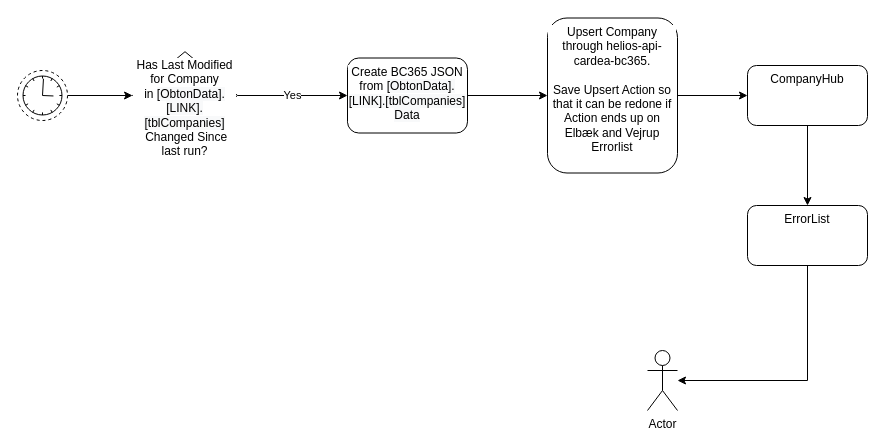
The draw.io diagram page "UpsertCompany" (2 of 7) of bc365.drawio in enkopvand/enterprise-architecture, before the edit. Source tidied: cells renumbered, new cells numbered last; positions are measured from the earlier drawing's top-left corner, leaving out a move shared by most shapes. Both pictures are drawn from the tidied source at 100%, with x=0, y=0 at pixel (17, 18).
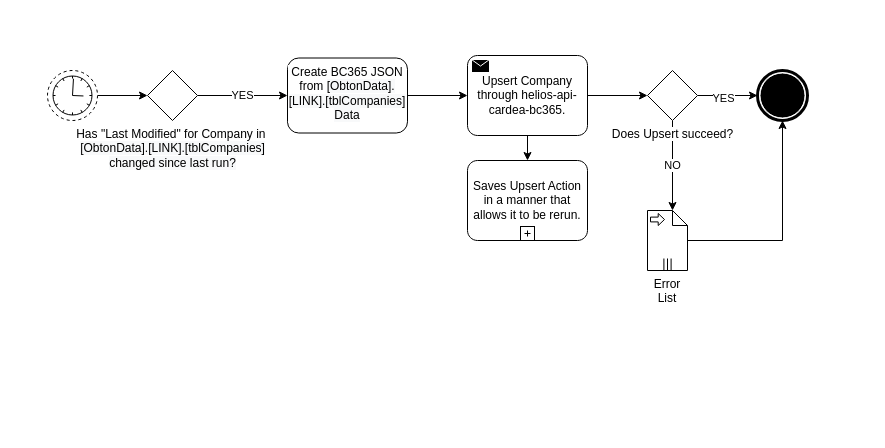
After the change.

Change to the diagram source:
```diff
@@
 <mxGraphModel>
   <root>
     <mxCell id="0" />
     <mxCell id="1" parent="0" />
-    <mxCell id="2" style="edgeStyle=orthogonalEdgeStyle;rounded=0;jettySize=auto;html=1;" parent="1" edge="1" source="3" target="5">
-      <mxGeometry relative="1" as="geometry" />
-    </mxCell>
+    <mxCell id="15" style="edgeStyle=orthogonalEdgeStyle;rounded=0;jettySize=auto;html=1;entryX=0;entryY=0.5;entryDx=0;entryDy=0;entryPerimeter=0;" parent="1" edge="1" source="3" target="16">
+      <mxGeometry relative="1" as="geometry" />
+    </mxCell>
     <mxCell id="3" style="points=[[0.145,0.145,0],[0.5,0,0],[0.855,0.145,0],[1,0.5,0],[0.855,0.855,0],[0.5,1,0],[0.145,0.855,0],[0,0.5,0]];shape=mxgraph.bpmn.event;html=1;verticalLabelPosition=bottom;labelBackgroundColor=#ffffff;verticalAlign=top;align=center;perimeter=ellipsePerimeter;outlineConnect=0;outline=eventNonint;symbol=timer;" parent="1" vertex="1">
-      <mxGeometry y="52" width="50" height="50" as="geometry" />
+      <mxGeometry x="30" y="52" width="50" height="50" as="geometry" />
     </mxCell>
-    <mxCell id="4" value="Yes" style="edgeStyle=orthogonalEdgeStyle;rounded=0;jettySize=auto;html=1;" parent="1" edge="1" source="5" target="7">
+    <mxCell id="4" value="YES" style="edgeStyle=orthogonalEdgeStyle;rounded=0;jettySize=auto;html=1;" parent="1" edge="1" source="16" target="7">
       <mxGeometry relative="1" as="geometry" />
     </mxCell>
-    <mxCell id="5" value="&lt;span style=&quot;&quot;&gt;Has Last Modified for Company in&amp;nbsp;&lt;/span&gt;&lt;span style=&quot;background-color: rgb(248, 249, 250);&quot;&gt;[ObtonData].[LINK].[tblCompanies]&lt;/span&gt;&lt;span style=&quot;&quot;&gt;&lt;br&gt;&amp;nbsp;Changed Since last run?&lt;/span&gt;" style="rhombus;whiteSpace=wrap;html=1;verticalAlign=top;labelBackgroundColor=#ffffff;spacingBottom=0;spacingTop=0;" parent="1" vertex="1">
-      <mxGeometry x="115" y="33.2" width="105" height="87.5" as="geometry" />
-    </mxCell>
-    <mxCell id="6" style="edgeStyle=orthogonalEdgeStyle;rounded=0;jettySize=auto;html=1;" parent="1" edge="1" source="7" target="9">
+    <mxCell id="6" style="edgeStyle=orthogonalEdgeStyle;rounded=0;jettySize=auto;html=1;entryX=0;entryY=0.5;entryDx=0;entryDy=0;entryPerimeter=0;" parent="1" edge="1" source="7" target="20">
       <mxGeometry relative="1" as="geometry" />
     </mxCell>
     <mxCell id="7" value="Create BC365 JSON from&amp;nbsp;&lt;span style=&quot;background-color: rgb(248, 249, 250);&quot;&gt;[ObtonData].[LINK].[tblCompanies] Data&lt;/span&gt;" style="rounded=1;whiteSpace=wrap;html=1;verticalAlign=top;labelBackgroundColor=#ffffff;spacingBottom=0;spacingTop=0;" parent="1" vertex="1">
-      <mxGeometry x="330" y="39.5" width="120" height="75" as="geometry" />
+      <mxGeometry x="270" y="39.5" width="120" height="75" as="geometry" />
     </mxCell>
-    <mxCell id="8" style="edgeStyle=orthogonalEdgeStyle;rounded=0;jettySize=auto;html=1;" parent="1" edge="1" source="9" target="11">
-      <mxGeometry relative="1" as="geometry" />
-    </mxCell>
-    <mxCell id="9" value="Upsert Company through helios-api-cardea-bc365.&lt;br&gt;&lt;br&gt;Save Upsert Action so that it can be redone if Action ends up on Elbæk and Vejrup Errorlist" style="whiteSpace=wrap;html=1;verticalAlign=top;rounded=1;labelBackgroundColor=#ffffff;spacingBottom=0;spacingTop=0;" parent="1" vertex="1">
-      <mxGeometry x="530" y="-0.5" width="130" height="155" as="geometry" />
-    </mxCell>
-    <mxCell id="10" style="edgeStyle=orthogonalEdgeStyle;rounded=0;jettySize=auto;html=1;" parent="1" edge="1" source="11" target="13">
-      <mxGeometry relative="1" as="geometry" />
-    </mxCell>
-    <mxCell id="11" value="CompanyHub" style="whiteSpace=wrap;html=1;verticalAlign=top;rounded=1;labelBackgroundColor=#ffffff;spacingBottom=0;spacingTop=0;" parent="1" vertex="1">
-      <mxGeometry x="730" y="47" width="120" height="60" as="geometry" />
-    </mxCell>
-    <mxCell id="12" style="edgeStyle=orthogonalEdgeStyle;rounded=0;jettySize=auto;html=1;" parent="1" edge="1" source="13" target="14">
-      <mxGeometry relative="1" as="geometry">
-        <Array as="points">
-          <mxPoint x="790" y="362" />
-        </Array>
-      </mxGeometry>
-    </mxCell>
-    <mxCell id="13" value="ErrorList" style="whiteSpace=wrap;html=1;verticalAlign=top;rounded=1;labelBackgroundColor=#ffffff;spacingBottom=0;spacingTop=0;" parent="1" vertex="1">
-      <mxGeometry x="730" y="187" width="120" height="60" as="geometry" />
-    </mxCell>
-    <mxCell id="14" value="Actor" style="shape=umlActor;verticalLabelPosition=bottom;verticalAlign=top;html=1;outlineConnect=0;" parent="1" vertex="1">
-      <mxGeometry x="630" y="332" width="30" height="60" as="geometry" />
-    </mxCell>
+    <mxCell id="16" value="Has &quot;Last Modified&quot; for Company in&amp;nbsp;&lt;br&gt;&lt;span style=&quot;background-color: rgb(248, 249, 250);&quot;&gt;[ObtonData].[LINK].[tblCompanies] &lt;br&gt;changed since last run?&lt;/span&gt;" style="points=[[0.25,0.25,0],[0.5,0,0],[0.75,0.25,0],[1,0.5,0],[0.75,0.75,0],[0.5,1,0],[0.25,0.75,0],[0,0.5,0]];shape=mxgraph.bpmn.gateway2;html=1;verticalLabelPosition=bottom;labelBackgroundColor=#ffffff;verticalAlign=top;align=center;perimeter=rhombusPerimeter;outlineConnect=0;outline=none;symbol=none;" parent="1" vertex="1">
+      <mxGeometry x="130" y="52" width="50" height="50" as="geometry" />
+    </mxCell>
+    <mxCell id="17" value="Saves Upsert Action in a manner that allows it to be rerun." style="points=[[0.25,0,0],[0.5,0,0],[0.75,0,0],[1,0.25,0],[1,0.5,0],[1,0.75,0],[0.75,1,0],[0.5,1,0],[0.25,1,0],[0,0.75,0],[0,0.5,0],[0,0.25,0]];shape=mxgraph.bpmn.task;whiteSpace=wrap;rectStyle=rounded;size=10;taskMarker=abstract;isLoopSub=1;" parent="1" vertex="1">
+      <mxGeometry x="450" y="142" width="120" height="80" as="geometry" />
+    </mxCell>
+    <mxCell id="18" style="edgeStyle=orthogonalEdgeStyle;rounded=0;jettySize=auto;html=1;" parent="1" edge="1" source="20" target="17">
+      <mxGeometry relative="1" as="geometry" />
+    </mxCell>
+    <mxCell id="19" style="edgeStyle=orthogonalEdgeStyle;rounded=0;jettySize=auto;html=1;entryX=0;entryY=0.5;entryDx=0;entryDy=0;entryPerimeter=0;" parent="1" edge="1" source="20" target="24">
+      <mxGeometry relative="1" as="geometry" />
+    </mxCell>
+    <mxCell id="20" value="Upsert Company through helios-api-cardea-bc365." style="points=[[0.25,0,0],[0.5,0,0],[0.75,0,0],[1,0.25,0],[1,0.5,0],[1,0.75,0],[0.75,1,0],[0.5,1,0],[0.25,1,0],[0,0.75,0],[0,0.5,0],[0,0.25,0]];shape=mxgraph.bpmn.task;whiteSpace=wrap;rectStyle=rounded;size=10;taskMarker=send;" parent="1" vertex="1">
+      <mxGeometry x="450" y="37" width="120" height="80" as="geometry" />
+    </mxCell>
+    <mxCell id="21" style="edgeStyle=orthogonalEdgeStyle;rounded=0;jettySize=auto;html=1;entryX=0;entryY=0.5;entryDx=0;entryDy=0;entryPerimeter=0;" parent="1" edge="1" source="24" target="25">
+      <mxGeometry relative="1" as="geometry" />
+    </mxCell>
+    <mxCell id="22" value="YES" style="edgeLabel;html=1;align=center;verticalAlign=middle;" parent="21" vertex="1">
+      <mxGeometry x="-0.18" y="-2" relative="1" as="geometry" />
+    </mxCell>
+    <mxCell id="23" value="NO" style="edgeStyle=orthogonalEdgeStyle;rounded=0;jettySize=auto;html=1;entryX=0;entryY=0;entryDx=25;entryDy=0;entryPerimeter=0;" parent="1" edge="1" source="24" target="27">
+      <mxGeometry relative="1" as="geometry" />
+    </mxCell>
+    <mxCell id="24" value="Does Upsert succeed?" style="points=[[0.25,0.25,0],[0.5,0,0],[0.75,0.25,0],[1,0.5,0],[0.75,0.75,0],[0.5,1,0],[0.25,0.75,0],[0,0.5,0]];shape=mxgraph.bpmn.gateway2;html=1;verticalLabelPosition=bottom;labelBackgroundColor=#ffffff;verticalAlign=top;align=center;perimeter=rhombusPerimeter;outlineConnect=0;outline=none;symbol=none;" parent="1" vertex="1">
+      <mxGeometry x="630" y="52" width="50" height="50" as="geometry" />
+    </mxCell>
+    <mxCell id="25" style="points=[[0.145,0.145,0],[0.5,0,0],[0.855,0.145,0],[1,0.5,0],[0.855,0.855,0],[0.5,1,0],[0.145,0.855,0],[0,0.5,0]];shape=mxgraph.bpmn.event;html=1;verticalLabelPosition=bottom;labelBackgroundColor=#ffffff;verticalAlign=top;align=center;perimeter=ellipsePerimeter;outlineConnect=0;outline=end;symbol=terminate;" parent="1" vertex="1">
+      <mxGeometry x="740" y="52" width="50" height="50" as="geometry" />
+    </mxCell>
+    <mxCell id="26" style="edgeStyle=orthogonalEdgeStyle;rounded=0;jettySize=auto;html=1;entryX=0.5;entryY=1;entryDx=0;entryDy=0;entryPerimeter=0;" parent="1" edge="1" source="27" target="25">
+      <mxGeometry relative="1" as="geometry" />
+    </mxCell>
+    <mxCell id="27" value="Error List" style="shape=mxgraph.bpmn.data;labelPosition=center;verticalLabelPosition=bottom;align=center;verticalAlign=top;whiteSpace=wrap;size=15;html=1;bpmnTransferType=input;isCollection=1;" parent="1" vertex="1">
+      <mxGeometry x="630" y="192" width="40" height="60" as="geometry" />
+    </mxCell>
   </root>
 </mxGraphModel>
```
